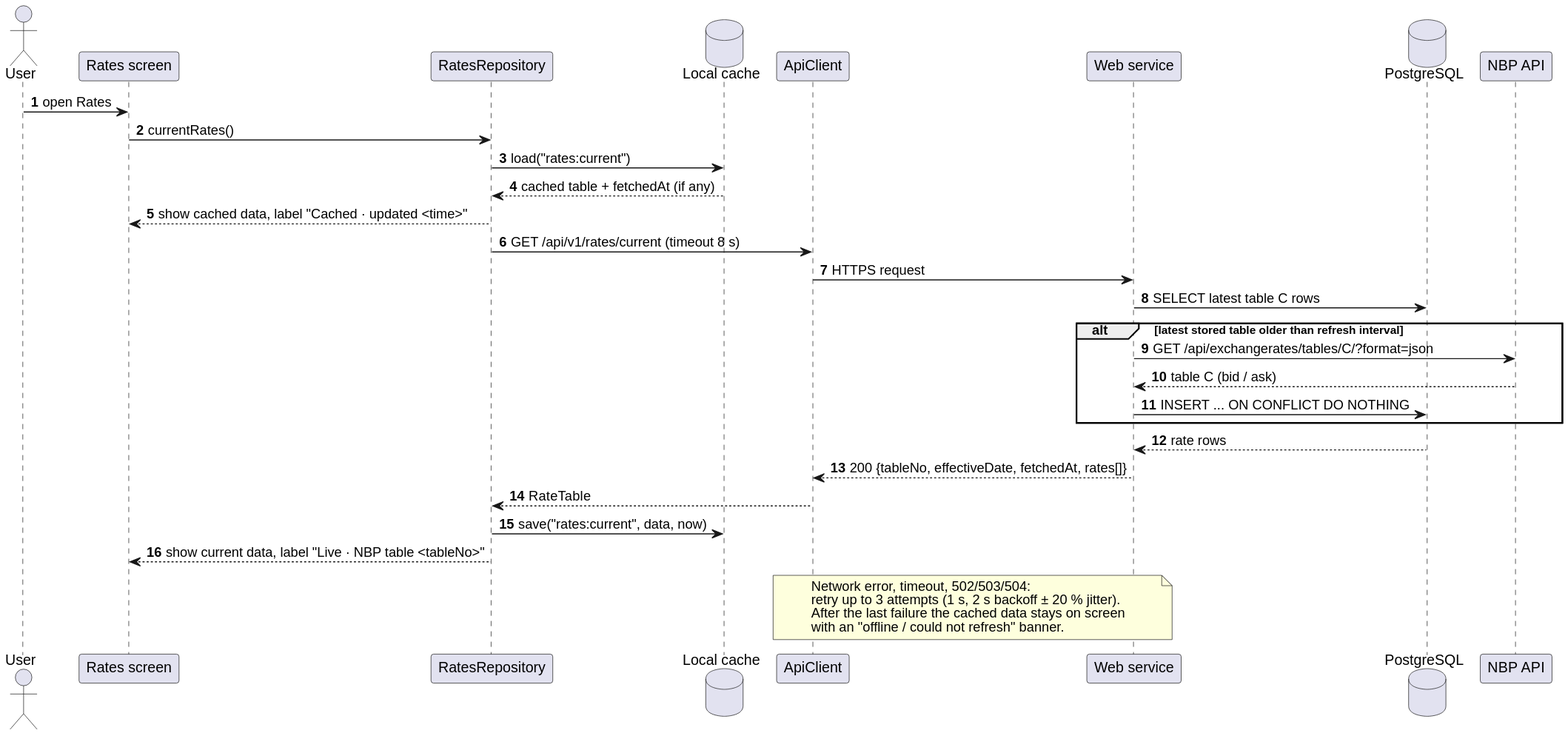
The PlantUML diagram docs/M1/diagrams/svg/seq-read-rates.svg in hasanmertyilmaz/currency-exchange-hmy, before a commit.
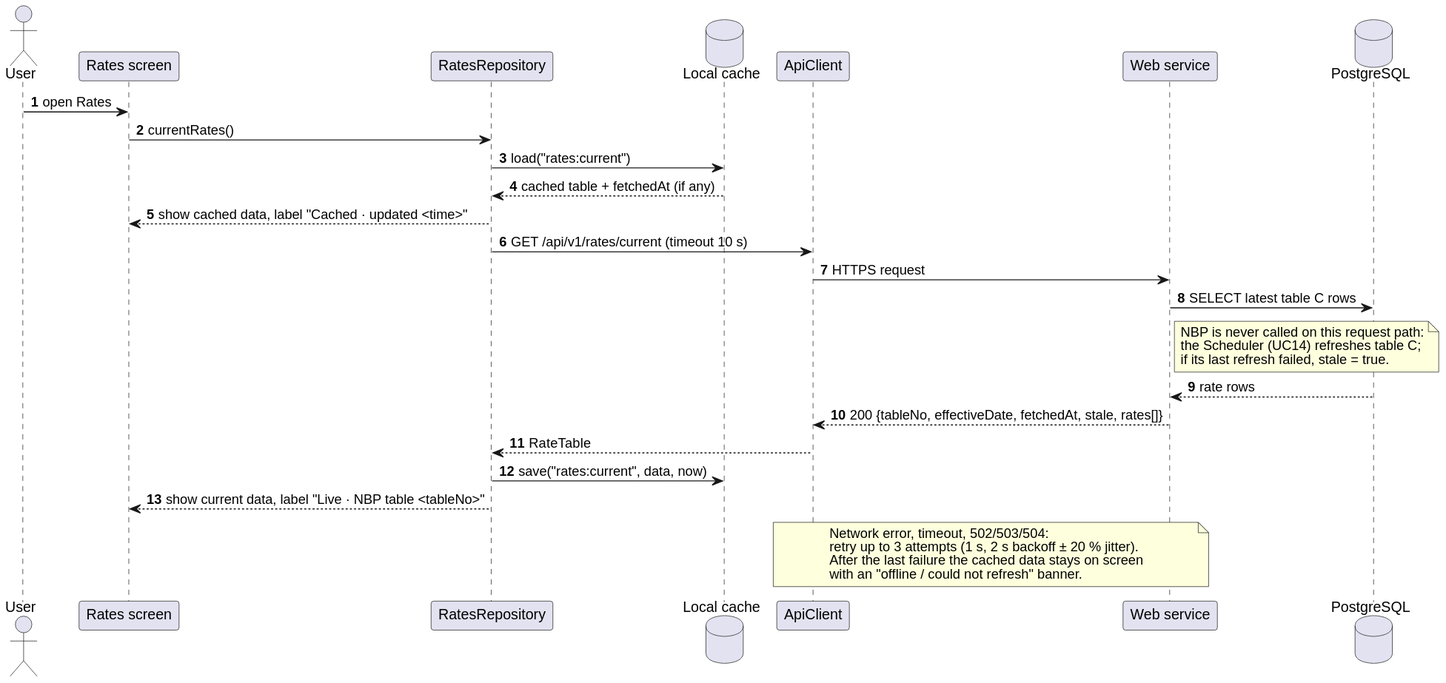
The same diagram one commit later.

Commit message:
docs(m1): align diagrams with the final timeout policy

What changed in the source:
```diff
@@ -11,23 +11,22 @@
 participant "ApiClient" as Api
 participant "Web service" as WS
 database "PostgreSQL" as DB
-participant "NBP API" as NBP
 
 User -> UI : open Rates
 UI -> Repo : currentRates()
 Repo -> Cache : load("rates:current")
 Cache --> Repo : cached table + fetchedAt (if any)
 Repo --> UI : show cached data, label "Cached · updated <time>"
-Repo -> Api : GET /api/v1/rates/current (timeout 8 s)
+Repo -> Api : GET /api/v1/rates/current (timeout 10 s)
 Api -> WS : HTTPS request
 WS -> DB : SELECT latest table C rows
-alt latest stored table older than refresh interval
-  WS -> NBP : GET /api/exchangerates/tables/C/?format=json
-  NBP --> WS : table C (bid / ask)
-  WS -> DB : INSERT ... ON CONFLICT DO NOTHING
-end
+note right of WS
+NBP is never called on this request path:
+the Scheduler (UC14) refreshes table C;
+if its last refresh failed, stale = true.
+end note
 DB --> WS : rate rows
-WS --> Api : 200 {tableNo, effectiveDate, fetchedAt, rates[]}
+WS --> Api : 200 {tableNo, effectiveDate, fetchedAt, stale, rates[]}
 Api --> Repo : RateTable
 Repo -> Cache : save("rates:current", data, now)
 Repo --> UI : show current data, label "Live · NBP table <tableNo>"
```
